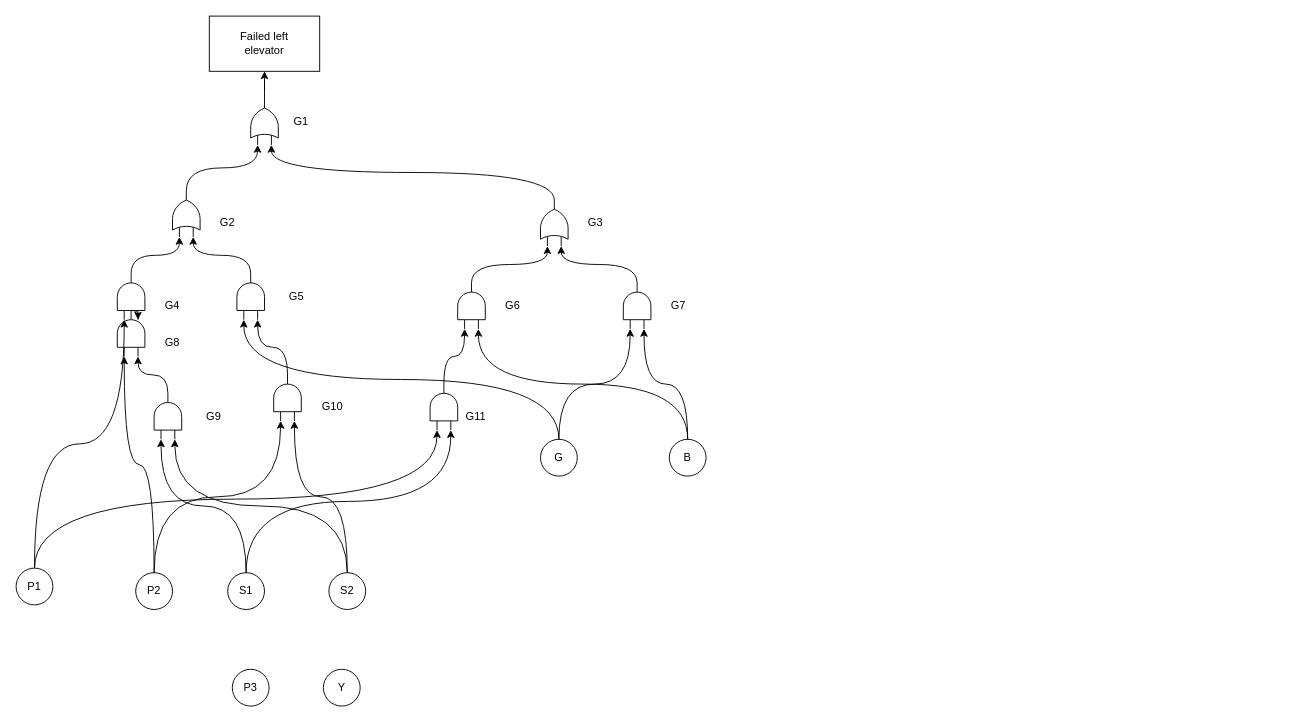
Above: page "fta_left_elevator" (2 of 2) of Diagrams/fta_entire_plane.drawio in bwolleswinkel/drawio (draw.io), before the change. Source tidied: cells renumbered, new cells numbered last; positions are measured from the earlier drawing's top-left corner, leaving out a move shared by most shapes. Both pictures are drawn from the tidied source at 92%, with x=0, y=0 at pixel (16, 16).
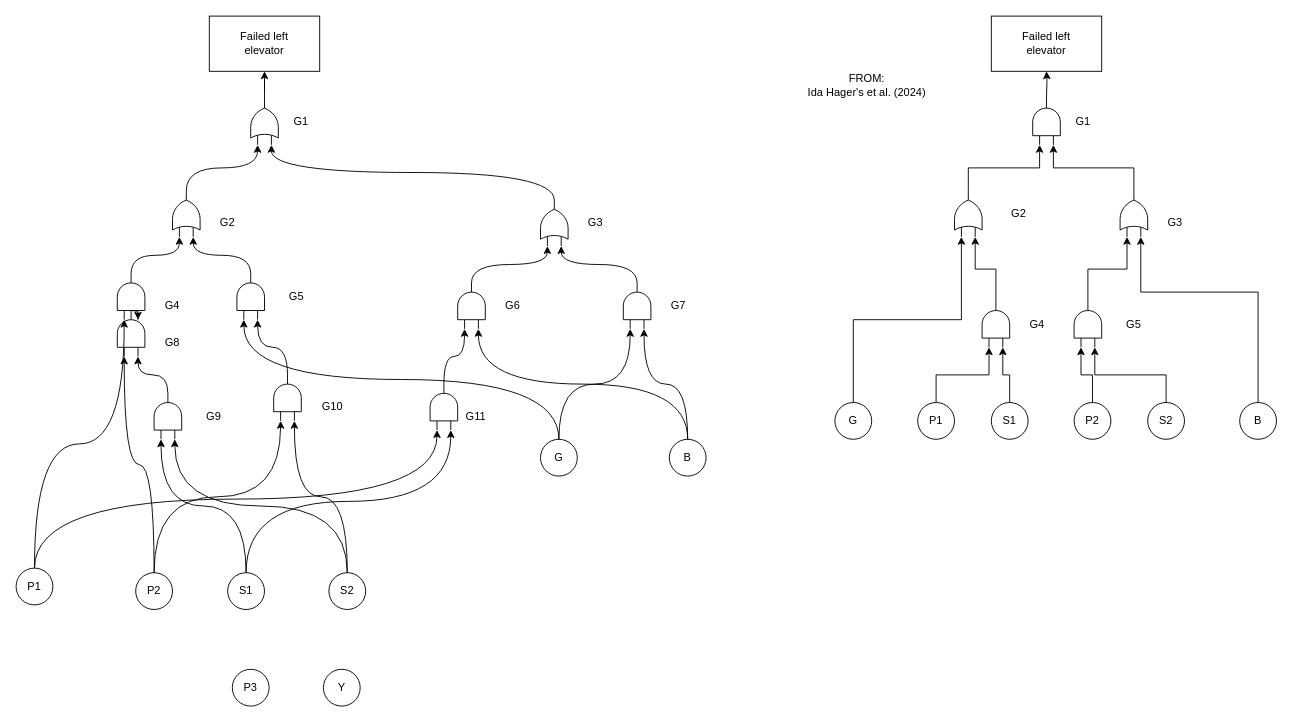
The same page after the edit.

The edit, as a diff of the source:
```diff
@@
+    <mxCell id="56" value="Failed left&lt;div&gt;elevator&lt;/div&gt;" style="rounded=0;whiteSpace=wrap;html=1;" parent="1" vertex="1">
+      <mxGeometry x="1060" width="120" height="60" as="geometry" />
+    </mxCell>
+    <mxCell id="57" value="P1" style="ellipse;whiteSpace=wrap;html=1;" parent="1" vertex="1">
+      <mxGeometry x="980" y="420" width="40" height="40" as="geometry" />
+    </mxCell>
+    <mxCell id="58" value="P2" style="ellipse;whiteSpace=wrap;html=1;" parent="1" vertex="1">
+      <mxGeometry x="1150" y="420" width="40" height="40" as="geometry" />
+    </mxCell>
+    <mxCell id="59" value="S1" style="ellipse;whiteSpace=wrap;html=1;" parent="1" vertex="1">
+      <mxGeometry x="1060" y="420" width="40" height="40" as="geometry" />
+    </mxCell>
+    <mxCell id="60" value="S2" style="ellipse;whiteSpace=wrap;html=1;" parent="1" vertex="1">
+      <mxGeometry x="1230" y="420" width="40" height="40" as="geometry" />
+    </mxCell>
+    <mxCell id="61" value="G" style="ellipse;whiteSpace=wrap;html=1;" parent="1" vertex="1">
+      <mxGeometry x="890" y="420" width="40" height="40" as="geometry" />
+    </mxCell>
+    <mxCell id="62" value="B" style="ellipse;whiteSpace=wrap;html=1;" parent="1" vertex="1">
+      <mxGeometry x="1330" y="420" width="40" height="40" as="geometry" />
+    </mxCell>
+    <mxCell id="63" style="edgeStyle=orthogonalEdgeStyle;rounded=0;jettySize=auto;html=1;" parent="1" edge="1" target="56">
+      <mxGeometry relative="1" as="geometry">
+        <mxPoint x="1120" y="90" as="sourcePoint" />
+      </mxGeometry>
+    </mxCell>
+    <mxCell id="64" value="G1" style="text;html=1;align=center;verticalAlign=middle;whiteSpace=wrap;rounded=0;" parent="1" vertex="1">
+      <mxGeometry x="1130" y="100" width="60" height="30" as="geometry" />
+    </mxCell>
+    <mxCell id="65" style="verticalLabelPosition=bottom;shadow=0;dashed=0;align=center;html=1;verticalAlign=top;shape=mxgraph.electrical.logic_gates.logic_gate;operation=and;rotation=-90;" parent="1" vertex="1">
+      <mxGeometry x="1095" y="100" width="50" height="30" as="geometry" />
+    </mxCell>
+    <mxCell id="66" style="verticalLabelPosition=bottom;shadow=0;dashed=0;align=center;html=1;verticalAlign=top;shape=mxgraph.electrical.logic_gates.logic_gate;operation=or;rotation=-90;" parent="1" vertex="1">
+      <mxGeometry x="1010" y="200" width="50" height="30" as="geometry" />
+    </mxCell>
+    <mxCell id="67" style="verticalLabelPosition=bottom;shadow=0;dashed=0;align=center;html=1;verticalAlign=top;shape=mxgraph.electrical.logic_gates.logic_gate;operation=or;rotation=-90;" parent="1" vertex="1">
+      <mxGeometry x="1190" y="200" width="50" height="30" as="geometry" />
+    </mxCell>
+    <mxCell id="68" style="verticalLabelPosition=bottom;shadow=0;dashed=0;align=center;html=1;verticalAlign=top;shape=mxgraph.electrical.logic_gates.logic_gate;operation=and;rotation=-90;" parent="1" vertex="1">
+      <mxGeometry x="1040" y="320" width="50" height="30" as="geometry" />
+    </mxCell>
+    <mxCell id="69" style="verticalLabelPosition=bottom;shadow=0;dashed=0;align=center;html=1;verticalAlign=top;shape=mxgraph.electrical.logic_gates.logic_gate;operation=and;rotation=-90;" parent="1" vertex="1">
+      <mxGeometry x="1140" y="320" width="50" height="30" as="geometry" />
+    </mxCell>
+    <mxCell id="70" value="G2" style="text;html=1;align=center;verticalAlign=middle;whiteSpace=wrap;rounded=0;" parent="1" vertex="1">
+      <mxGeometry x="1060" y="200" width="60" height="30" as="geometry" />
+    </mxCell>
+    <mxCell id="71" value="G3" style="text;html=1;align=center;verticalAlign=middle;whiteSpace=wrap;rounded=0;" parent="1" vertex="1">
+      <mxGeometry x="1230" y="210" width="60" height="30" as="geometry" />
+    </mxCell>
+    <mxCell id="72" value="G4" style="text;html=1;align=center;verticalAlign=middle;whiteSpace=wrap;rounded=0;" parent="1" vertex="1">
+      <mxGeometry x="1080" y="320" width="60" height="30" as="geometry" />
+    </mxCell>
+    <mxCell id="73" value="G5" style="text;html=1;align=center;verticalAlign=middle;whiteSpace=wrap;rounded=0;" parent="1" vertex="1">
+      <mxGeometry x="1185" y="320" width="60" height="30" as="geometry" />
+    </mxCell>
+    <mxCell id="74" style="edgeStyle=orthogonalEdgeStyle;rounded=0;jettySize=auto;html=1;exitX=0.5;exitY=0;exitDx=0;exitDy=0;entryX=0;entryY=0.25;entryDx=0;entryDy=0;entryPerimeter=0;" parent="1" edge="1" source="57" target="68">
+      <mxGeometry relative="1" as="geometry" />
+    </mxCell>
+    <mxCell id="75" style="edgeStyle=orthogonalEdgeStyle;rounded=0;jettySize=auto;html=1;exitX=0.5;exitY=0;exitDx=0;exitDy=0;entryX=0;entryY=0.75;entryDx=0;entryDy=0;entryPerimeter=0;" parent="1" edge="1" source="59" target="68">
+      <mxGeometry relative="1" as="geometry" />
+    </mxCell>
+    <mxCell id="76" style="edgeStyle=orthogonalEdgeStyle;rounded=0;jettySize=auto;html=1;exitX=0.5;exitY=0;exitDx=0;exitDy=0;entryX=0;entryY=0.25;entryDx=0;entryDy=0;entryPerimeter=0;" parent="1" edge="1" source="58" target="69">
+      <mxGeometry relative="1" as="geometry" />
+    </mxCell>
+    <mxCell id="77" style="edgeStyle=orthogonalEdgeStyle;rounded=0;jettySize=auto;html=1;exitX=0.5;exitY=0;exitDx=0;exitDy=0;entryX=0;entryY=0.75;entryDx=0;entryDy=0;entryPerimeter=0;" parent="1" edge="1" source="60" target="69">
+      <mxGeometry relative="1" as="geometry" />
+    </mxCell>
+    <mxCell id="78" style="edgeStyle=orthogonalEdgeStyle;rounded=0;jettySize=auto;html=1;exitX=0.5;exitY=0;exitDx=0;exitDy=0;entryX=0;entryY=0.75;entryDx=0;entryDy=0;entryPerimeter=0;" parent="1" edge="1" source="62" target="67">
+      <mxGeometry relative="1" as="geometry">
+        <Array as="points">
+          <mxPoint x="1350" y="300" />
+          <mxPoint x="1223" y="300" />
+        </Array>
+      </mxGeometry>
+    </mxCell>
+    <mxCell id="79" style="edgeStyle=orthogonalEdgeStyle;rounded=0;jettySize=auto;html=1;exitX=1;exitY=0.5;exitDx=0;exitDy=0;exitPerimeter=0;entryX=0;entryY=0.25;entryDx=0;entryDy=0;entryPerimeter=0;" parent="1" edge="1" source="69" target="67">
+      <mxGeometry relative="1" as="geometry" />
+    </mxCell>
+    <mxCell id="80" style="edgeStyle=orthogonalEdgeStyle;rounded=0;jettySize=auto;html=1;exitX=1;exitY=0.5;exitDx=0;exitDy=0;exitPerimeter=0;entryX=0;entryY=0.75;entryDx=0;entryDy=0;entryPerimeter=0;" parent="1" edge="1" source="68" target="66">
+      <mxGeometry relative="1" as="geometry" />
+    </mxCell>
+    <mxCell id="81" style="edgeStyle=orthogonalEdgeStyle;rounded=0;jettySize=auto;html=1;exitX=0.5;exitY=0;exitDx=0;exitDy=0;entryX=0;entryY=0.25;entryDx=0;entryDy=0;entryPerimeter=0;" parent="1" edge="1" source="61" target="66">
+      <mxGeometry relative="1" as="geometry" />
+    </mxCell>
+    <mxCell id="82" style="edgeStyle=orthogonalEdgeStyle;rounded=0;jettySize=auto;html=1;exitX=1;exitY=0.5;exitDx=0;exitDy=0;exitPerimeter=0;entryX=0;entryY=0.25;entryDx=0;entryDy=0;entryPerimeter=0;" parent="1" edge="1" source="66" target="65">
+      <mxGeometry relative="1" as="geometry" />
+    </mxCell>
+    <mxCell id="83" style="edgeStyle=orthogonalEdgeStyle;rounded=0;jettySize=auto;html=1;exitX=1;exitY=0.5;exitDx=0;exitDy=0;exitPerimeter=0;entryX=0;entryY=0.75;entryDx=0;entryDy=0;entryPerimeter=0;" parent="1" edge="1" source="67" target="65">
+      <mxGeometry relative="1" as="geometry" />
+    </mxCell>
+    <mxCell id="84" value="FROM:&lt;div&gt;Ida Hager's et al. (2024)&lt;/div&gt;" style="text;html=1;align=center;verticalAlign=middle;whiteSpace=wrap;rounded=0;" parent="1" vertex="1">
+      <mxGeometry x="850" y="60" width="150" height="30" as="geometry" />
+    </mxCell>
```
